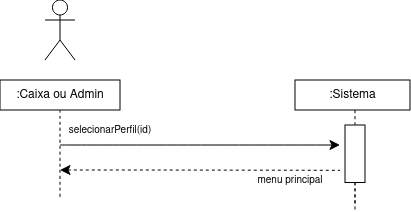
Before: Documentation/Iteration01/diagramas/uc13.png, a diagram exported from draw.io (compaqle/fsoft2026_1DB_3). Source tidied: cells renumbered, new cells last; positions are measured from the earlier drawing's top-left corner, leaving out a move shared by most shapes. Source of this version:
```xml
<mxGraphModel>
  <root>
    <mxCell id="0" />
    <mxCell id="1" parent="0" />
    <mxCell id="2" style="edgeStyle=none;curved=1;rounded=0;orthogonalLoop=1;jettySize=auto;html=1;fontSize=12;startSize=8;endSize=8;" parent="1" edge="1">
      <mxGeometry relative="1" as="geometry">
        <mxPoint x="60" y="145" as="sourcePoint" />
        <mxPoint x="340" y="145" as="targetPoint" />
      </mxGeometry>
    </mxCell>
    <mxCell id="3" value="&lt;font style=&quot;font-size: 10px;&quot;&gt;selecionarPerfil(id)&lt;/font&gt;" style="text;html=1;whiteSpace=wrap;strokeColor=none;fillColor=none;align=center;verticalAlign=middle;rounded=0;fontSize=16;" parent="1" vertex="1">
      <mxGeometry x="30" y="113.8" width="160" height="30" as="geometry" />
    </mxCell>
    <mxCell id="4" style="edgeStyle=none;curved=1;rounded=0;orthogonalLoop=1;jettySize=auto;html=1;fontSize=12;startSize=8;endSize=8;startArrow=classic;startFill=1;endArrow=none;endFill=0;dashed=1;" parent="1" edge="1">
      <mxGeometry relative="1" as="geometry">
        <mxPoint x="60" y="170" as="sourcePoint" />
        <mxPoint x="340" y="170.3" as="targetPoint" />
        <Array as="points">
          <mxPoint x="200" y="170" />
        </Array>
      </mxGeometry>
    </mxCell>
    <mxCell id="5" style="edgeStyle=none;curved=1;rounded=0;jettySize=auto;html=1;entryX=0.5;entryY=1;entryDx=0;entryDy=0;fontSize=12;startSize=8;endSize=8;endArrow=none;endFill=0;dashed=1;" parent="1" edge="1" source="7">
      <mxGeometry relative="1" as="geometry">
        <mxPoint x="355" y="110" as="targetPoint" />
      </mxGeometry>
    </mxCell>
    <mxCell id="6" style="edgeStyle=none;curved=1;rounded=0;jettySize=auto;html=1;exitX=1;exitY=0.5;exitDx=0;exitDy=0;entryX=0;entryY=0.5;entryDx=0;entryDy=0;fontSize=12;startSize=8;endSize=8;dashed=1;endArrow=none;endFill=0;" parent="1" edge="1" source="7">
      <mxGeometry relative="1" as="geometry">
        <mxPoint x="355" y="205" as="targetPoint" />
      </mxGeometry>
    </mxCell>
    <mxCell id="7" style="rounded=0;whiteSpace=wrap;html=1;rotation=90;" parent="1" vertex="1">
      <mxGeometry x="326.2" y="143.8" width="57.5" height="20" as="geometry" />
    </mxCell>
    <mxCell id="8" style="edgeStyle=none;orthogonalLoop=1;jettySize=auto;html=1;rounded=0;fontSize=12;startSize=8;endSize=8;curved=1;endArrow=none;endFill=0;dashed=1;" parent="1" edge="1">
      <mxGeometry relative="1" as="geometry">
        <mxPoint x="60" y="110" as="sourcePoint" />
        <mxPoint x="60" y="200" as="targetPoint" />
      </mxGeometry>
    </mxCell>
    <mxCell id="9" value="&lt;br&gt;&lt;div&gt;&lt;br&gt;&lt;/div&gt;" style="shape=umlActor;verticalLabelPosition=bottom;verticalAlign=top;html=1;" parent="1" vertex="1">
      <mxGeometry x="45" width="30" height="60" as="geometry" />
    </mxCell>
    <mxCell id="10" style="edgeStyle=none;jettySize=auto;html=1;rounded=0;fontSize=12;startSize=8;endSize=8;curved=1;endArrow=none;endFill=0;dashed=1;exitX=1;exitY=0.5;exitDx=0;exitDy=0;" parent="1" edge="1" source="7">
      <mxGeometry relative="1" as="geometry">
        <mxPoint x="355" y="210" as="targetPoint" />
      </mxGeometry>
    </mxCell>
    <mxCell id="11" value="&lt;font style=&quot;font-size: 10px;&quot;&gt;menu principal&lt;/font&gt;" style="text;html=1;whiteSpace=wrap;strokeColor=none;fillColor=none;align=center;verticalAlign=middle;rounded=0;fontSize=16;" parent="1" vertex="1">
      <mxGeometry x="240" y="163.8" width="100" height="30" as="geometry" />
    </mxCell>
    <mxCell id="12" value=":Caixa ou Admin" style="rounded=0;whiteSpace=wrap;html=1;" parent="1" vertex="1">
      <mxGeometry y="80" width="120" height="30" as="geometry" />
    </mxCell>
    <mxCell id="13" value=":Sistema" style="rounded=0;whiteSpace=wrap;html=1;" parent="1" vertex="1">
      <mxGeometry x="295" y="80" width="115" height="30" as="geometry" />
    </mxCell>
  </root>
</mxGraphModel>
```
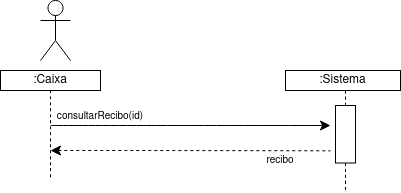
Above is the later version.

The edit, as a diff of the source:
```diff
@@ -8,8 +8,8 @@
         <mxPoint x="340" y="145" as="targetPoint" />
       </mxGeometry>
     </mxCell>
-    <mxCell id="3" value="&lt;font style=&quot;font-size: 10px;&quot;&gt;selecionarPerfil(id)&lt;/font&gt;" style="text;html=1;whiteSpace=wrap;strokeColor=none;fillColor=none;align=center;verticalAlign=middle;rounded=0;fontSize=16;" parent="1" vertex="1">
-      <mxGeometry x="30" y="113.8" width="160" height="30" as="geometry" />
+    <mxCell id="3" value="&lt;font style=&quot;font-size: 10px;&quot;&gt;consultarRecibo(id)&lt;/font&gt;" style="text;html=1;whiteSpace=wrap;strokeColor=none;fillColor=none;align=center;verticalAlign=middle;rounded=0;fontSize=16;" parent="1" vertex="1">
+      <mxGeometry x="30" y="120" width="160" height="30" as="geometry" />
     </mxCell>
     <mxCell id="4" style="edgeStyle=none;curved=1;rounded=0;orthogonalLoop=1;jettySize=auto;html=1;fontSize=12;startSize=8;endSize=8;startArrow=classic;startFill=1;endArrow=none;endFill=0;dashed=1;" parent="1" edge="1">
       <mxGeometry relative="1" as="geometry">
@@ -39,22 +39,22 @@
         <mxPoint x="60" y="200" as="targetPoint" />
       </mxGeometry>
     </mxCell>
-    <mxCell id="9" value="&lt;br&gt;&lt;div&gt;&lt;br&gt;&lt;/div&gt;" style="shape=umlActor;verticalLabelPosition=bottom;verticalAlign=top;html=1;" parent="1" vertex="1">
-      <mxGeometry x="45" width="30" height="60" as="geometry" />
+    <mxCell id="9" style="shape=umlActor;verticalLabelPosition=bottom;verticalAlign=top;html=1;" parent="1" vertex="1">
+      <mxGeometry x="50" y="20" width="30" height="60" as="geometry" />
     </mxCell>
     <mxCell id="10" style="edgeStyle=none;jettySize=auto;html=1;rounded=0;fontSize=12;startSize=8;endSize=8;curved=1;endArrow=none;endFill=0;dashed=1;exitX=1;exitY=0.5;exitDx=0;exitDy=0;" parent="1" edge="1" source="7">
       <mxGeometry relative="1" as="geometry">
         <mxPoint x="355" y="210" as="targetPoint" />
       </mxGeometry>
     </mxCell>
-    <mxCell id="11" value="&lt;font style=&quot;font-size: 10px;&quot;&gt;menu principal&lt;/font&gt;" style="text;html=1;whiteSpace=wrap;strokeColor=none;fillColor=none;align=center;verticalAlign=middle;rounded=0;fontSize=16;" parent="1" vertex="1">
+    <mxCell id="11" value="&lt;font style=&quot;font-size: 10px;&quot;&gt;recibo&lt;/font&gt;" style="text;html=1;whiteSpace=wrap;strokeColor=none;fillColor=none;align=center;verticalAlign=middle;rounded=0;fontSize=16;" parent="1" vertex="1">
       <mxGeometry x="240" y="163.8" width="100" height="30" as="geometry" />
     </mxCell>
-    <mxCell id="12" value=":Caixa ou Admin" style="rounded=0;whiteSpace=wrap;html=1;" parent="1" vertex="1">
-      <mxGeometry y="80" width="120" height="30" as="geometry" />
-    </mxCell>
     <mxCell id="13" value=":Sistema" style="rounded=0;whiteSpace=wrap;html=1;" parent="1" vertex="1">
-      <mxGeometry x="295" y="80" width="115" height="30" as="geometry" />
+      <mxGeometry x="295" y="90" width="115" height="20" as="geometry" />
     </mxCell>
+    <mxCell id="14" value=":Caixa" style="rounded=0;whiteSpace=wrap;html=1;" parent="1" vertex="1">
+      <mxGeometry x="10" y="90" width="100" height="20" as="geometry" />
+    </mxCell>
   </root>
 </mxGraphModel>
```
